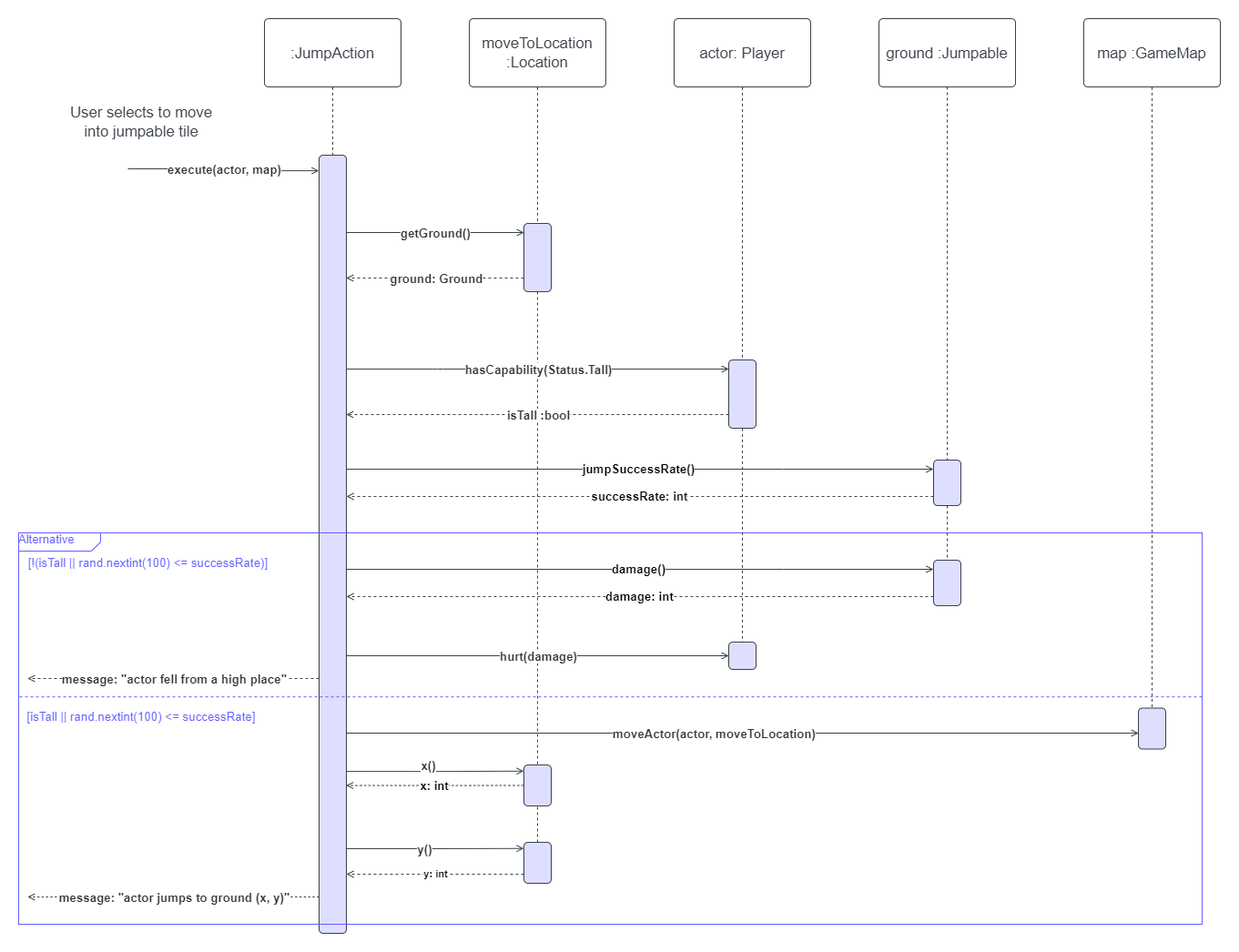
Earlier version of the draw.io export docs/game/diagrams/sequence diagrams/sequence diagram - JumpAction.execute().png (2x-Helix/mario-rogue-like). Source tidied: cells renumbered, new cells last; positions are measured from the earlier drawing's top-left corner, leaving out a move shared by most shapes.
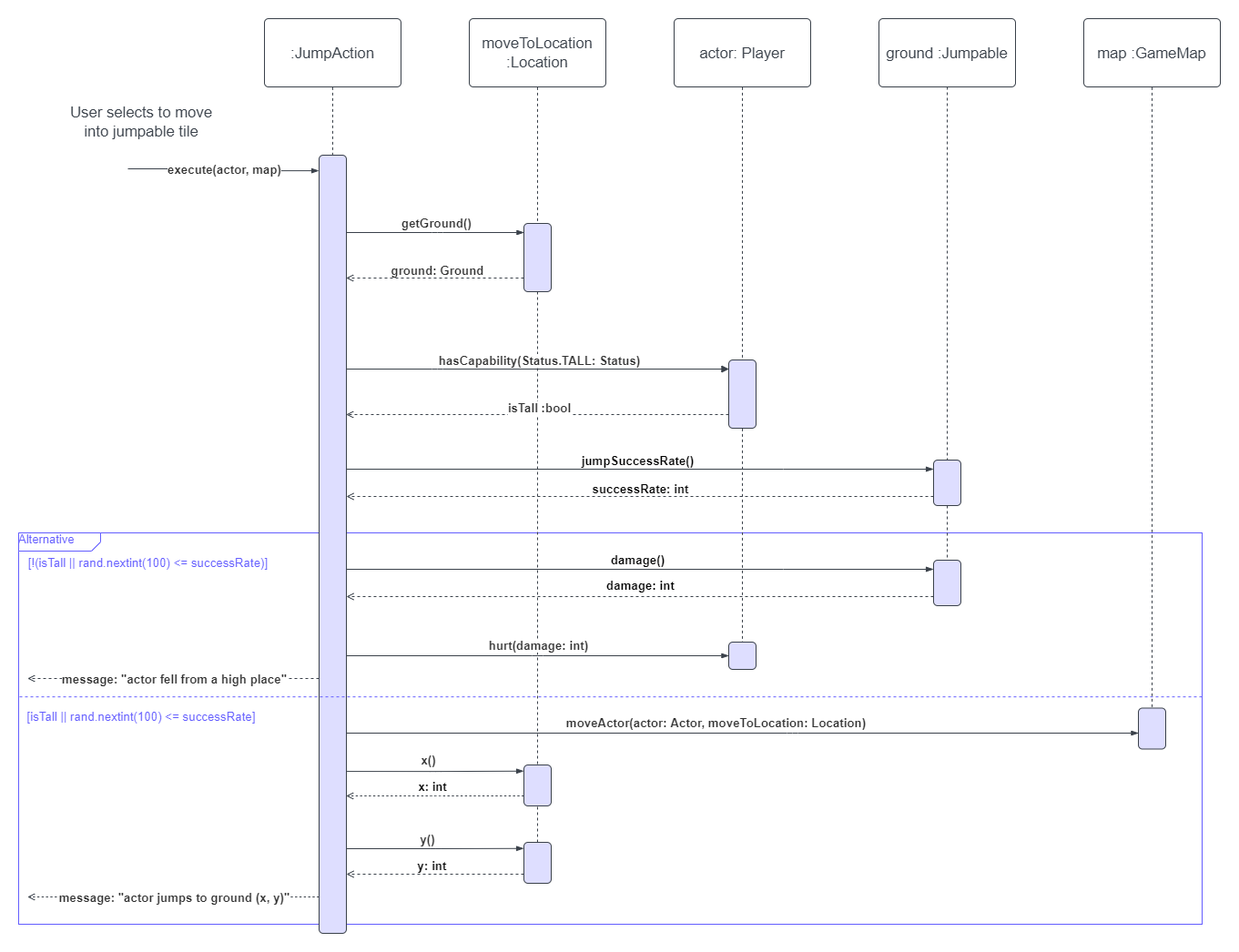
The same diagram one commit later.

What changed in the source:
```diff
@@ -4,2 +4,52 @@
     <mxCell id="1" parent="0" />
+    <mxCell id="27" value="&lt;font color=&quot;#635dff&quot;&gt;Alternative&lt;/font&gt;" style="html=1;blockSpacing=1;whiteSpace=wrap;shape=mxgraph.sysml.package2;xSize=90;overflow=fill;fontSize=13;spacing=0;strokeColor=#635dff;strokeOpacity=100;rounded=1;absoluteArcSize=1;arcSize=9;strokeWidth=0.8;align=left;" parent="1" vertex="1">
+      <mxGeometry y="565" width="1300" height="430" as="geometry" />
+    </mxCell>
+    <mxCell id="28" value="[!(isTall || rand.nextint(100) &amp;lt;= successRate)]" style="html=1;overflow=block;blockSpacing=1;whiteSpace=wrap;fontSize=13.3;fontColor=#635DFF;spacing=3.8;strokeOpacity=0;fillOpacity=0;rounded=1;absoluteArcSize=1;arcSize=9;fillColor=#ffffff;strokeWidth=0.8;" parent="27" vertex="1">
+      <mxGeometry y="21" width="285" height="24" as="geometry" />
+    </mxCell>
+    <mxCell id="29" style="html=1;jettySize=18;whiteSpace=wrap;fontSize=13;strokeColor=#3a414a;strokeOpacity=100;dashed=1;fixDash=1;strokeWidth=0.8;rounded=1;arcSize=12;edgeStyle=orthogonalEdgeStyle;startArrow=none;endArrow=open;" parent="27" edge="1" source="5">
+      <mxGeometry relative="1" as="geometry">
+        <mxPoint x="10" y="160" as="targetPoint" />
+        <Array as="points">
+          <mxPoint x="10" y="160" />
+        </Array>
+      </mxGeometry>
+    </mxCell>
+    <mxCell id="30" value="message: &quot;actor fell from a high place&quot;" style="text;html=1;labelBackgroundColor=default;align=center;verticalAlign=middle;fontStyle=1;fontColor=#333333;fontSize=13.3;" parent="29" vertex="1">
+      <mxGeometry relative="1" as="geometry" />
+    </mxCell>
+    <mxCell id="31" value="[isTall || rand.nextint(100) &amp;lt;= successRate]" style="html=1;overflow=block;blockSpacing=1;whiteSpace=wrap;fontSize=13.3;fontColor=#635DFF;spacing=3.8;strokeOpacity=0;fillOpacity=0;rounded=1;absoluteArcSize=1;arcSize=9;fillColor=#ffffff;strokeWidth=0.8;" parent="27" vertex="1">
+      <mxGeometry y="190" width="270" height="24" as="geometry" />
+    </mxCell>
+    <mxCell id="32" style="html=1;overflow=block;blockSpacing=1;whiteSpace=wrap;fontSize=13;spacing=3.8;strokeColor=#3a414a;strokeOpacity=100;fillOpacity=100;rounded=1;absoluteArcSize=1;arcSize=9;fillColor=#dedeff;strokeWidth=0.8;" parent="27" vertex="1">
+      <mxGeometry x="780" y="120" width="30" height="30" as="geometry" />
+    </mxCell>
+    <mxCell id="33" style="edgeStyle=orthogonalEdgeStyle;rounded=0;jettySize=auto;html=1;endArrow=blockThin;endFill=1;strokeColor=#3A414A;" parent="27" edge="1" target="36">
+      <mxGeometry relative="1" as="geometry">
+        <mxPoint x="360" y="40" as="sourcePoint" />
+        <Array as="points">
+          <mxPoint x="840" y="40" />
+          <mxPoint x="840" y="40" />
+        </Array>
+      </mxGeometry>
+    </mxCell>
+    <mxCell id="34" value="damage()" style="edgeLabel;html=1;align=center;verticalAlign=middle;fontSize=13.3;fontStyle=1;" parent="33" vertex="1">
+      <mxGeometry x="-0.08" y="1" relative="1" as="geometry">
+        <mxPoint x="21" y="-10" as="offset" />
+      </mxGeometry>
+    </mxCell>
+    <mxCell id="35" value="&lt;b&gt;&lt;font style=&quot;font-size: 13.33px&quot;&gt;damage: int&lt;/font&gt;&lt;/b&gt;" style="edgeStyle=orthogonalEdgeStyle;rounded=0;jettySize=auto;html=1;fontSize=13.3;endArrow=open;endFill=0;strokeColor=#3A414A;dashed=1;" parent="27" edge="1" source="36">
+      <mxGeometry y="-12" relative="1" as="geometry">
+        <mxPoint x="360" y="70" as="targetPoint" />
+        <Array as="points">
+          <mxPoint x="530" y="70" />
+          <mxPoint x="530" y="70" />
+        </Array>
+        <mxPoint x="1" as="offset" />
+      </mxGeometry>
+    </mxCell>
+    <mxCell id="36" style="html=1;overflow=block;blockSpacing=1;whiteSpace=wrap;fontSize=13;spacing=3.8;strokeColor=#3a414a;strokeOpacity=100;fillOpacity=100;rounded=1;absoluteArcSize=1;arcSize=9;fillColor=#dedeff;strokeWidth=0.8;" parent="27" vertex="1">
+      <mxGeometry x="1005" y="30" width="30" height="50" as="geometry" />
+    </mxCell>
     <mxCell id="2" value=":JumpAction" style="html=1;overflow=block;blockSpacing=1;whiteSpace=wrap;fontSize=16.7;fontColor=#3a414a;spacing=3.8;strokeColor=#3a414a;strokeOpacity=100;rounded=1;absoluteArcSize=1;arcSize=9;strokeWidth=0.8;" parent="1" vertex="1">
@@ -7,3 +57,3 @@
     </mxCell>
-    <mxCell id="3" style="edgeStyle=orthogonalEdgeStyle;rounded=0;jettySize=auto;html=1;endArrow=open;endFill=0;strokeColor=#3A414A;" parent="1" edge="1" source="5" target="59">
+    <mxCell id="3" style="edgeStyle=orthogonalEdgeStyle;rounded=0;jettySize=auto;html=1;endArrow=blockThin;endFill=1;strokeColor=#3A414A;" parent="1" edge="1" source="5" target="59">
       <mxGeometry relative="1" as="geometry">
@@ -17,3 +67,3 @@
       <mxGeometry x="-0.08" y="1" relative="1" as="geometry">
-        <mxPoint x="22" as="offset" />
+        <mxPoint x="21" y="-9" as="offset" />
       </mxGeometry>
@@ -26,3 +76,3 @@
     </mxCell>
-    <mxCell id="7" style="html=1;jettySize=18;whiteSpace=wrap;fontSize=13;strokeColor=#3a414a;strokeOpacity=100;strokeWidth=0.8;rounded=1;arcSize=12;edgeStyle=orthogonalEdgeStyle;startArrow=none;endArrow=open;entryX=-0.012;entryY=0.02;entryPerimeter=0;" parent="1" edge="1" target="5">
+    <mxCell id="7" style="html=1;jettySize=18;whiteSpace=wrap;fontSize=13;strokeColor=#3a414a;strokeOpacity=100;strokeWidth=0.8;rounded=1;arcSize=12;edgeStyle=orthogonalEdgeStyle;startArrow=none;endArrow=blockThin;entryX=-0.012;entryY=0.02;entryPerimeter=0;endFill=1;" parent="1" edge="1" target="5">
       <mxGeometry relative="1" as="geometry">
@@ -40,3 +90,3 @@
     </mxCell>
-    <mxCell id="11" style="html=1;jettySize=18;whiteSpace=wrap;fontSize=13;strokeColor=#3a414a;strokeOpacity=100;strokeWidth=0.8;rounded=1;arcSize=12;edgeStyle=orthogonalEdgeStyle;startArrow=none;endArrow=open;" parent="1" edge="1" target="43">
+    <mxCell id="11" style="html=1;jettySize=18;whiteSpace=wrap;fontSize=13;strokeColor=#3a414a;strokeOpacity=100;strokeWidth=0.8;rounded=1;arcSize=12;edgeStyle=orthogonalEdgeStyle;startArrow=none;endArrow=blockThin;endFill=1;" parent="1" edge="1" target="43">
       <mxGeometry relative="1" as="geometry">
@@ -49,4 +99,6 @@
     </mxCell>
-    <mxCell id="12" value="moveActor(actor, moveToLocation)" style="text;html=1;labelBackgroundColor=default;align=center;verticalAlign=middle;fontStyle=1;fontColor=#333333;fontSize=13.3;" parent="11" vertex="1">
-      <mxGeometry x="-0.07" relative="1" as="geometry" />
+    <mxCell id="12" value="moveActor(actor: Actor, moveToLocation: Location)" style="text;html=1;labelBackgroundColor=default;align=center;verticalAlign=middle;fontStyle=1;fontColor=#333333;fontSize=13.3;" parent="11" vertex="1">
+      <mxGeometry x="-0.07" relative="1" as="geometry">
+        <mxPoint x="2" y="-12" as="offset" />
+      </mxGeometry>
     </mxCell>
@@ -64,3 +116,3 @@
     </mxCell>
-    <mxCell id="17" style="html=1;jettySize=18;whiteSpace=wrap;fontSize=13;strokeColor=#3a414a;strokeOpacity=100;strokeWidth=0.8;rounded=1;arcSize=12;edgeStyle=orthogonalEdgeStyle;startArrow=none;endArrow=open;" parent="1" edge="1" source="5" target="16">
+    <mxCell id="17" style="html=1;jettySize=18;whiteSpace=wrap;fontSize=13;strokeColor=#3a414a;strokeOpacity=100;strokeWidth=0.8;rounded=1;arcSize=12;edgeStyle=orthogonalEdgeStyle;startArrow=none;endArrow=blockThin;endFill=1;" parent="1" edge="1" source="5" target="16">
       <mxGeometry relative="1" as="geometry">
@@ -73,5 +125,7 @@
     <mxCell id="18" value="getGround()" style="text;html=1;labelBackgroundColor=default;align=center;verticalAlign=middle;fontStyle=1;fontColor=#333333;fontSize=13.3;" parent="17" vertex="1">
-      <mxGeometry relative="1" as="geometry" />
+      <mxGeometry relative="1" as="geometry">
+        <mxPoint x="1" y="-11" as="offset" />
+      </mxGeometry>
     </mxCell>
-    <mxCell id="19" style="html=1;jettySize=18;whiteSpace=wrap;fontSize=13;strokeColor=#3a414a;strokeOpacity=100;dashed=1;fixDash=1;strokeWidth=0.8;rounded=1;arcSize=12;edgeStyle=orthogonalEdgeStyle;startArrow=none;endArrow=open;" parent="1" edge="1" source="16" target="5">
+    <mxCell id="19" style="html=1;jettySize=18;whiteSpace=wrap;fontSize=13;strokeColor=#3a414a;strokeOpacity=100;dashed=1;fixDash=1;strokeWidth=0.8;rounded=1;arcSize=12;edgeStyle=orthogonalEdgeStyle;startArrow=none;endArrow=open;endFill=0;" parent="1" edge="1" source="16" target="5">
       <mxGeometry relative="1" as="geometry">
@@ -84,3 +138,5 @@
     <mxCell id="20" value="ground: Ground" style="text;html=1;labelBackgroundColor=default;align=center;verticalAlign=middle;fontStyle=1;fontColor=#333333;fontSize=13.3;" parent="19" vertex="1">
-      <mxGeometry relative="1" as="geometry" />
+      <mxGeometry relative="1" as="geometry">
+        <mxPoint x="1" y="-9" as="offset" />
+      </mxGeometry>
     </mxCell>
@@ -98,3 +154,3 @@
     </mxCell>
-    <mxCell id="25" style="html=1;jettySize=18;whiteSpace=wrap;fontSize=13;strokeColor=#3a414a;strokeOpacity=100;strokeWidth=0.8;rounded=1;arcSize=12;edgeStyle=orthogonalEdgeStyle;startArrow=none;endArrow=open;" parent="1" edge="1" source="5" target="24">
+    <mxCell id="25" style="html=1;jettySize=18;whiteSpace=wrap;fontSize=13;strokeColor=#3a414a;strokeOpacity=100;strokeWidth=0.8;rounded=1;arcSize=12;edgeStyle=orthogonalEdgeStyle;startArrow=none;endArrow=block;endFill=1;" parent="1" edge="1" source="5" target="24">
       <mxGeometry relative="1" as="geometry">
@@ -106,55 +162,8 @@
     </mxCell>
-    <mxCell id="26" value="hasCapability(Status.Tall)" style="text;html=1;labelBackgroundColor=default;align=center;verticalAlign=middle;fontStyle=1;fontColor=#333333;fontSize=13.3;" parent="25" vertex="1">
-      <mxGeometry relative="1" as="geometry" />
+    <mxCell id="26" value="hasCapability(Status.TALL: Status)" style="text;html=1;labelBackgroundColor=default;align=center;verticalAlign=middle;fontStyle=1;fontColor=#333333;fontSize=13.3;" parent="25" vertex="1">
+      <mxGeometry relative="1" as="geometry">
+        <mxPoint x="1" y="-10" as="offset" />
+      </mxGeometry>
     </mxCell>
-    <mxCell id="27" value="&lt;font color=&quot;#635dff&quot;&gt;Alternative&lt;/font&gt;" style="html=1;blockSpacing=1;whiteSpace=wrap;shape=mxgraph.sysml.package2;xSize=90;overflow=fill;fontSize=13;spacing=0;strokeColor=#635dff;strokeOpacity=100;rounded=1;absoluteArcSize=1;arcSize=9;strokeWidth=0.8;align=left;" parent="1" vertex="1">
-      <mxGeometry y="565" width="1300" height="430" as="geometry" />
-    </mxCell>
-    <mxCell id="28" value="[!(isTall || rand.nextint(100) &amp;lt;= successRate)]" style="html=1;overflow=block;blockSpacing=1;whiteSpace=wrap;fontSize=13.3;fontColor=#635DFF;spacing=3.8;strokeOpacity=0;fillOpacity=0;rounded=1;absoluteArcSize=1;arcSize=9;fillColor=#ffffff;strokeWidth=0.8;" parent="27" vertex="1">
-      <mxGeometry y="21" width="285" height="24" as="geometry" />
-    </mxCell>
-    <mxCell id="29" style="html=1;jettySize=18;whiteSpace=wrap;fontSize=13;strokeColor=#3a414a;strokeOpacity=100;dashed=1;fixDash=1;strokeWidth=0.8;rounded=1;arcSize=12;edgeStyle=orthogonalEdgeStyle;startArrow=none;endArrow=open;" parent="27" edge="1" source="5">
-      <mxGeometry relative="1" as="geometry">
-        <mxPoint x="10" y="160" as="targetPoint" />
-        <Array as="points">
-          <mxPoint x="10" y="160" />
-        </Array>
-      </mxGeometry>
-    </mxCell>
-    <mxCell id="30" value="message: &quot;actor fell from a high place&quot;" style="text;html=1;labelBackgroundColor=default;align=center;verticalAlign=middle;fontStyle=1;fontColor=#333333;fontSize=13.3;" parent="29" vertex="1">
-      <mxGeometry relative="1" as="geometry" />
-    </mxCell>
-    <mxCell id="31" value="[isTall || rand.nextint(100) &amp;lt;= successRate]" style="html=1;overflow=block;blockSpacing=1;whiteSpace=wrap;fontSize=13.3;fontColor=#635DFF;spacing=3.8;strokeOpacity=0;fillOpacity=0;rounded=1;absoluteArcSize=1;arcSize=9;fillColor=#ffffff;strokeWidth=0.8;" parent="27" vertex="1">
-      <mxGeometry y="190" width="270" height="24" as="geometry" />
-    </mxCell>
-    <mxCell id="32" style="html=1;overflow=block;blockSpacing=1;whiteSpace=wrap;fontSize=13;spacing=3.8;strokeColor=#3a414a;strokeOpacity=100;fillOpacity=100;rounded=1;absoluteArcSize=1;arcSize=9;fillColor=#dedeff;strokeWidth=0.8;" parent="27" vertex="1">
-      <mxGeometry x="780" y="120" width="30" height="30" as="geometry" />
-    </mxCell>
-    <mxCell id="33" style="edgeStyle=orthogonalEdgeStyle;rounded=0;jettySize=auto;html=1;endArrow=open;endFill=0;strokeColor=#3A414A;" parent="27" edge="1" target="36">
-      <mxGeometry relative="1" as="geometry">
-        <mxPoint x="360" y="40" as="sourcePoint" />
-        <Array as="points">
-          <mxPoint x="840" y="40" />
-          <mxPoint x="840" y="40" />
-        </Array>
-      </mxGeometry>
-    </mxCell>
-    <mxCell id="34" value="damage()" style="edgeLabel;html=1;align=center;verticalAlign=middle;fontSize=13.3;fontStyle=1;" parent="33" vertex="1">
-      <mxGeometry x="-0.08" y="1" relative="1" as="geometry">
-        <mxPoint x="22" as="offset" />
-      </mxGeometry>
-    </mxCell>
-    <mxCell id="35" value="&lt;b&gt;&lt;font style=&quot;font-size: 13.33px&quot;&gt;damage: int&lt;/font&gt;&lt;/b&gt;" style="edgeStyle=orthogonalEdgeStyle;rounded=0;jettySize=auto;html=1;fontSize=13.3;endArrow=open;endFill=0;strokeColor=#3A414A;dashed=1;" parent="27" edge="1" source="36">
-      <mxGeometry relative="1" as="geometry">
-        <mxPoint x="360" y="70" as="targetPoint" />
-        <Array as="points">
-          <mxPoint x="530" y="70" />
-          <mxPoint x="530" y="70" />
-        </Array>
-      </mxGeometry>
-    </mxCell>
-    <mxCell id="36" style="html=1;overflow=block;blockSpacing=1;whiteSpace=wrap;fontSize=13;spacing=3.8;strokeColor=#3a414a;strokeOpacity=100;fillOpacity=100;rounded=1;absoluteArcSize=1;arcSize=9;fillColor=#dedeff;strokeWidth=0.8;" parent="27" vertex="1">
-      <mxGeometry x="1005" y="30" width="30" height="50" as="geometry" />
-    </mxCell>
-    <mxCell id="37" style="html=1;jettySize=18;whiteSpace=wrap;fontSize=13;strokeColor=#3a414a;strokeOpacity=100;dashed=1;fixDash=1;strokeWidth=0.8;rounded=1;arcSize=12;edgeStyle=orthogonalEdgeStyle;startArrow=none;endArrow=open;" parent="1" edge="1" source="24" target="5">
+    <mxCell id="37" style="html=1;jettySize=18;whiteSpace=wrap;fontSize=13;strokeColor=#3a414a;strokeOpacity=100;dashed=1;fixDash=1;strokeWidth=0.8;rounded=1;arcSize=12;edgeStyle=orthogonalEdgeStyle;startArrow=none;endArrow=open;endFill=0;" parent="1" edge="1" source="24" target="5">
       <mxGeometry relative="1" as="geometry">
@@ -167,3 +176,5 @@
     <mxCell id="38" value="isTall :bool" style="text;html=1;labelBackgroundColor=default;align=center;verticalAlign=middle;fontStyle=1;fontColor=#333333;fontSize=13.3;" parent="37" vertex="1">
-      <mxGeometry relative="1" as="geometry" />
+      <mxGeometry relative="1" as="geometry">
+        <mxPoint x="1" y="-8" as="offset" />
+      </mxGeometry>
     </mxCell>
@@ -172,3 +183,3 @@
     </mxCell>
-    <mxCell id="40" style="html=1;jettySize=18;whiteSpace=wrap;fontSize=13;strokeColor=#3a414a;strokeOpacity=100;strokeWidth=0.8;rounded=1;arcSize=12;edgeStyle=orthogonalEdgeStyle;startArrow=none;endArrow=open;" parent="1" edge="1" source="5" target="32">
+    <mxCell id="40" style="html=1;jettySize=18;whiteSpace=wrap;fontSize=13;strokeColor=#3a414a;strokeOpacity=100;strokeWidth=0.8;rounded=1;arcSize=12;edgeStyle=orthogonalEdgeStyle;startArrow=none;endArrow=blockThin;endFill=1;" parent="1" edge="1" source="5" target="32">
       <mxGeometry relative="1" as="geometry">
@@ -180,4 +191,6 @@
     </mxCell>
-    <mxCell id="41" value="hurt(damage)" style="text;html=1;labelBackgroundColor=default;align=center;verticalAlign=middle;fontStyle=1;fontColor=#333333;fontSize=13.3;" parent="40" vertex="1">
-      <mxGeometry relative="1" as="geometry" />
+    <mxCell id="41" value="hurt(damage: int)" style="text;html=1;labelBackgroundColor=default;align=center;verticalAlign=middle;fontStyle=1;fontColor=#333333;fontSize=13.3;" parent="40" vertex="1">
+      <mxGeometry relative="1" as="geometry">
+        <mxPoint y="-12" as="offset" />
+      </mxGeometry>
     </mxCell>
@@ -210,3 +223,3 @@
     </mxCell>
-    <mxCell id="48" style="html=1;jettySize=18;whiteSpace=wrap;fontSize=13;strokeColor=#3A414A;strokeOpacity=100;strokeWidth=0.8;rounded=1;arcSize=12;edgeStyle=orthogonalEdgeStyle;startArrow=none;endArrow=open;endFill=0;exitX=1.013;exitY=0.928;exitPerimeter=0;entryX=-0.012;entryY=0.15;entryPerimeter=0;" parent="1" edge="1" target="47">
+    <mxCell id="48" style="html=1;jettySize=18;whiteSpace=wrap;fontSize=13;strokeColor=#3A414A;strokeOpacity=100;strokeWidth=0.8;rounded=1;arcSize=12;edgeStyle=orthogonalEdgeStyle;startArrow=none;endArrow=blockThin;endFill=1;exitX=1.013;exitY=0.928;exitPerimeter=0;entryX=-0.012;entryY=0.15;entryPerimeter=0;" parent="1" edge="1" target="47">
       <mxGeometry relative="1" as="geometry">
@@ -217,11 +230,10 @@
       <mxGeometry x="-0.11" relative="1" as="geometry">
-        <mxPoint x="4" y="-7" as="offset" />
+        <mxPoint x="4" y="-13" as="offset" />
       </mxGeometry>
     </mxCell>
-    <mxCell id="50" value="x: int" style="html=1;jettySize=18;whiteSpace=wrap;fontSize=13;strokeColor=#3a414a;strokeOpacity=100;strokeWidth=0.8;rounded=1;arcSize=12;edgeStyle=orthogonalEdgeStyle;startArrow=none;endArrow=open;endFill=0;exitX=-0.012;exitY=0.5;exitPerimeter=0;entryX=1.013;entryY=0.949;entryPerimeter=0;dashed=1;fontStyle=1;" parent="1" edge="1" source="47">
-      <mxGeometry relative="1" as="geometry">
-        <mxPoint x="360" y="842.5" as="targetPoint" />
+    <mxCell id="50" value="x: int" style="html=1;jettySize=18;whiteSpace=wrap;fontSize=13;strokeColor=#3a414a;strokeOpacity=100;strokeWidth=0.8;rounded=1;arcSize=12;edgeStyle=orthogonalEdgeStyle;startArrow=none;endArrow=open;endFill=0;dashed=1;fontStyle=1;" parent="1" edge="1" source="47" target="5">
+      <mxGeometry x="0.03" y="-10" relative="1" as="geometry">
         <Array as="points">
-          <mxPoint x="460" y="843" />
-          <mxPoint x="460" y="843" />
+          <mxPoint x="457" y="854" />
+          <mxPoint x="457" y="854" />
         </Array>
@@ -229,4 +241,4 @@
     </mxCell>
-    <mxCell id="51" value="y: int" style="edgeStyle=orthogonalEdgeStyle;rounded=0;jettySize=auto;html=1;dashed=1;endArrow=open;endFill=0;strokeColor=#3A414A;fontStyle=1;" parent="1" edge="1" source="53">
-      <mxGeometry relative="1" as="geometry">
+    <mxCell id="51" value="y: int" style="edgeStyle=orthogonalEdgeStyle;rounded=0;jettySize=auto;html=1;dashed=1;endArrow=open;endFill=0;strokeColor=#3A414A;fontStyle=1;fontSize=13.33;" parent="1" edge="1" source="53">
+      <mxGeometry x="0.05" y="-9" relative="1" as="geometry">
         <mxPoint x="360" y="940" as="targetPoint" />
@@ -244,3 +256,3 @@
     </mxCell>
-    <mxCell id="54" style="html=1;jettySize=18;whiteSpace=wrap;fontSize=13;strokeColor=#3a414a;strokeOpacity=100;strokeWidth=0.8;rounded=1;arcSize=12;edgeStyle=orthogonalEdgeStyle;startArrow=none;endArrow=open;endFill=0;entryX=-0.012;entryY=0.15;entryPerimeter=0;" parent="1" edge="1" target="53">
+    <mxCell id="54" style="html=1;jettySize=18;whiteSpace=wrap;fontSize=13;strokeColor=#3a414a;strokeOpacity=100;strokeWidth=0.8;rounded=1;arcSize=12;edgeStyle=orthogonalEdgeStyle;startArrow=none;endArrow=blockThin;endFill=1;entryX=-0.012;entryY=0.15;entryPerimeter=0;" parent="1" edge="1" target="53">
       <mxGeometry relative="1" as="geometry">
@@ -250,3 +262,5 @@
     <mxCell id="55" value="y()" style="text;html=1;labelBackgroundColor=default;align=center;verticalAlign=middle;fontStyle=1;fontColor=#333333;fontSize=13.3;" parent="54" vertex="1">
-      <mxGeometry x="-0.11" relative="1" as="geometry" />
+      <mxGeometry x="-0.11" relative="1" as="geometry">
+        <mxPoint x="3" y="-11" as="offset" />
+      </mxGeometry>
     </mxCell>
@@ -256,3 +270,3 @@
     <mxCell id="57" value="&lt;b&gt;&lt;font style=&quot;font-size: 13.33px&quot;&gt;successRate: int&lt;/font&gt;&lt;/b&gt;" style="edgeStyle=orthogonalEdgeStyle;rounded=0;jettySize=auto;html=1;fontSize=13.3;endArrow=open;endFill=0;strokeColor=#3A414A;dashed=1;" parent="1" edge="1" source="59" target="5">
-      <mxGeometry relative="1" as="geometry">
+      <mxGeometry y="-8" relative="1" as="geometry">
         <Array as="points">
@@ -261,2 +275,3 @@
         </Array>
+        <mxPoint x="1" as="offset" />
       </mxGeometry>
```
